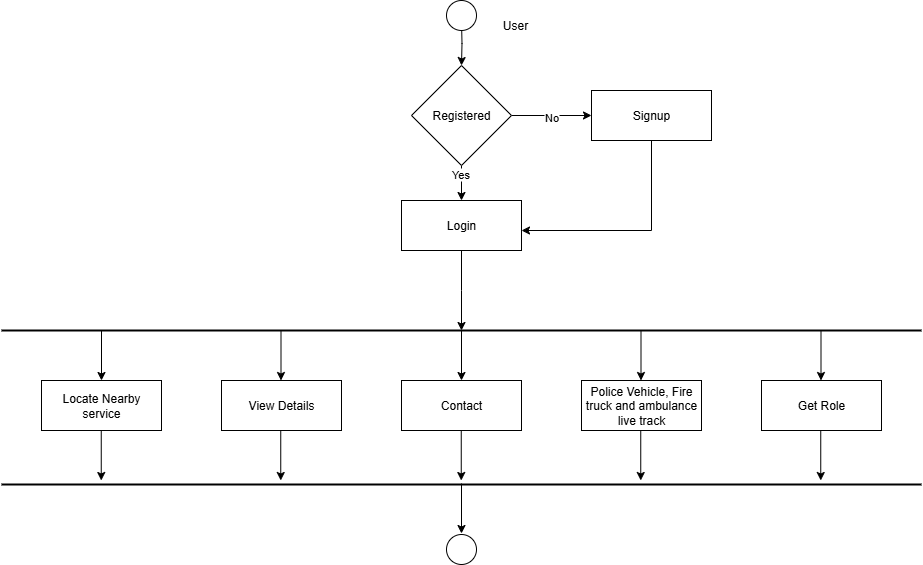
This is Documentation/image for documentation/activity diagram/processmodeling.png from iAmVip1/Rapid-Reach, a draw.io export, as it was before one commit. Source tidied: cells renumbered, new cells last; positions are measured from the earlier drawing's top-left corner, leaving out a move shared by most shapes.
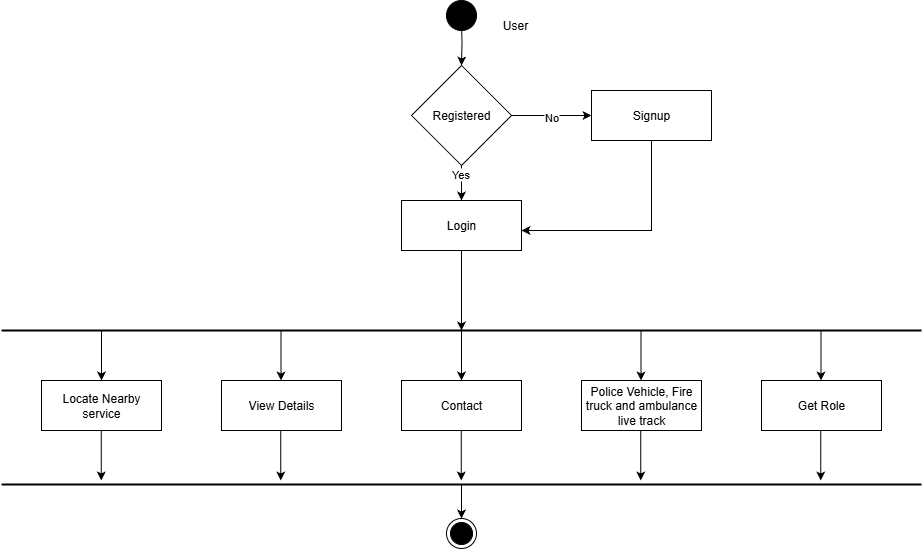
Later version of the same file.

Diff of the diagram source:
```diff
@@ -55,7 +55,7 @@
     <mxCell id="16" value="Police Vehicle, Fire truck and ambulance live track" style="rounded=0;whiteSpace=wrap;html=1;" parent="1" vertex="1">
       <mxGeometry x="580" y="380" width="120" height="50" as="geometry" />
     </mxCell>
-    <mxCell id="17" style="ellipse;whiteSpace=wrap;html=1;" parent="1" vertex="1">
+    <mxCell id="17" style="ellipse;whiteSpace=wrap;html=1;fillColor=#000000;" parent="1" vertex="1">
       <mxGeometry x="445" width="30" height="30" as="geometry" />
     </mxCell>
     <mxCell id="18" style="endArrow=none;html=1;rounded=0;fontStyle=1;startSize=15;strokeColor=default;strokeWidth=2;" parent="1" edge="1">
@@ -129,17 +129,16 @@
         <mxPoint x="819.2" y="480" as="targetPoint" />
       </mxGeometry>
     </mxCell>
-    <mxCell id="30" style="endArrow=classic;html=1;rounded=0;" parent="1" edge="1">
+    <mxCell id="30" style="endArrow=classic;html=1;rounded=0;" parent="1" edge="1" target="33">
       <mxGeometry relative="1" as="geometry">
         <mxPoint x="460" y="483" as="sourcePoint" />
-        <mxPoint x="460" y="533" as="targetPoint" />
       </mxGeometry>
     </mxCell>
-    <mxCell id="31" style="ellipse;whiteSpace=wrap;html=1;" parent="1" vertex="1">
-      <mxGeometry x="445" y="534" width="30" height="30" as="geometry" />
-    </mxCell>
     <mxCell id="32" value="User" style="text;html=1;align=center;verticalAlign=middle;whiteSpace=wrap;rounded=0;" parent="1" vertex="1">
       <mxGeometry x="484" y="10" width="60" height="30" as="geometry" />
     </mxCell>
+    <mxCell id="33" style="ellipse;html=1;shape=endState;fillColor=strokeColor;" parent="1" vertex="1">
+      <mxGeometry x="445" y="518" width="30" height="30" as="geometry" />
+    </mxCell>
   </root>
 </mxGraphModel>
```
